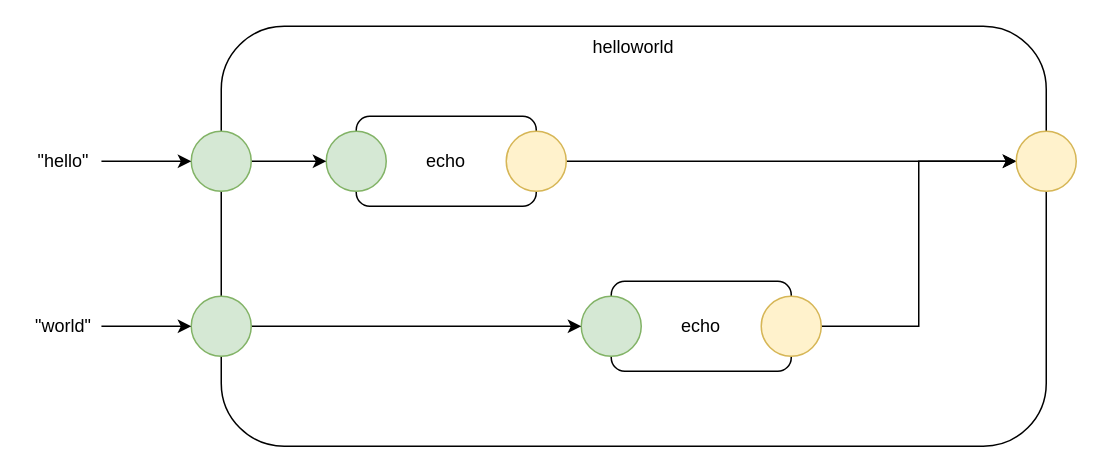
Earlier version of the draw.io diagram page "helloworld" (2 of 5) of hello world eh.drawio (guitarvydas/eh). Source tidied: cells renumbered, new cells numbered last; positions are measured from the earlier drawing's top-left corner, leaving out a move shared by most shapes. Both pictures are drawn from the tidied source at 150%, with x=0, y=0 at pixel (26, 26).
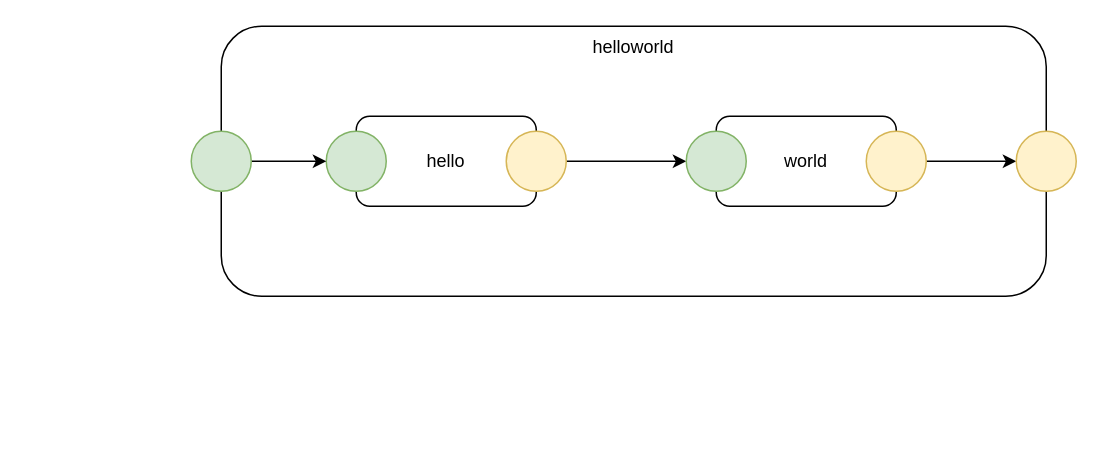
Above is the later version.

The change refers to these unchanged cells:
```xml
<mxCell id="6" style="ellipse;whiteSpace=wrap;html=1;fillColor=#fff2cc;strokeColor=#d6b656;" parent="1" vertex="1">
  <mxGeometry x="320" y="70" width="40" height="40" as="geometry" />
</mxCell>
<mxCell id="11" style="ellipse;whiteSpace=wrap;html=1;fillColor=#fff2cc;strokeColor=#d6b656;" parent="1" vertex="1">
  <mxGeometry x="660" y="70" width="40" height="40" as="geometry" />
</mxCell>
<mxCell id="13" style="ellipse;whiteSpace=wrap;html=1;fillColor=#d5e8d4;strokeColor=#82b366;" parent="1" vertex="1">
  <mxGeometry x="110" y="70" width="40" height="40" as="geometry" />
</mxCell>
```

Change to the diagram source:
```diff
@@
     <mxCell id="2" value="helloworld" style="rounded=1;whiteSpace=wrap;html=1;verticalAlign=top;" parent="1" vertex="1">
-      <mxGeometry x="130" width="550" height="280" as="geometry" />
+      <mxGeometry x="130" width="550" height="180" as="geometry" />
     </mxCell>
-    <mxCell id="3" value="echo" style="rounded=1;whiteSpace=wrap;html=1;" parent="1" vertex="1">
+    <mxCell id="3" value="hello" style="rounded=1;whiteSpace=wrap;html=1;" parent="1" vertex="1">
       <mxGeometry x="220" y="60" width="120" height="60" as="geometry" />
     </mxCell>
-    <mxCell id="4" value="echo" style="rounded=1;whiteSpace=wrap;html=1;" parent="1" vertex="1">
-      <mxGeometry x="390" y="170" width="120" height="60" as="geometry" />
+    <mxCell id="4" value="world" style="rounded=1;whiteSpace=wrap;html=1;" parent="1" vertex="1">
+      <mxGeometry x="460" y="60" width="120" height="60" as="geometry" />
     </mxCell>
-    <mxCell id="5" style="edgeStyle=orthogonalEdgeStyle;rounded=0;jettySize=auto;html=1;exitX=1;exitY=0.5;exitDx=0;exitDy=0;" parent="1" edge="1" source="6">
-      <mxGeometry relative="1" as="geometry">
-        <mxPoint x="660" y="90" as="targetPoint" />
-      </mxGeometry>
-    </mxCell>
+    <mxCell id="20" style="edgeStyle=orthogonalEdgeStyle;rounded=0;jettySize=auto;html=1;exitX=1;exitY=0.5;exitDx=0;exitDy=0;entryX=0;entryY=0.5;entryDx=0;entryDy=0;" parent="1" edge="1" source="6" target="7">
+      <mxGeometry relative="1" as="geometry" />
+    </mxCell>
@@
     <mxCell id="7" style="ellipse;whiteSpace=wrap;html=1;fillColor=#d5e8d4;strokeColor=#82b366;" parent="1" vertex="1">
-      <mxGeometry x="370" y="180" width="40" height="40" as="geometry" />
+      <mxGeometry x="440" y="70" width="40" height="40" as="geometry" />
     </mxCell>
@@
-    <mxCell id="9" style="edgeStyle=orthogonalEdgeStyle;rounded=0;jettySize=auto;html=1;exitX=1;exitY=0.5;exitDx=0;exitDy=0;entryX=0;entryY=0.5;entryDx=0;entryDy=0;" parent="1" edge="1" source="10" target="11">
+    <mxCell id="9" style="edgeStyle=orthogonalEdgeStyle;rounded=0;jettySize=auto;html=1;exitX=1;exitY=0.5;exitDx=0;exitDy=0;" parent="1" edge="1" source="10" target="11">
       <mxGeometry relative="1" as="geometry" />
     </mxCell>
     <mxCell id="10" style="ellipse;whiteSpace=wrap;html=1;fillColor=#fff2cc;strokeColor=#d6b656;" parent="1" vertex="1">
-      <mxGeometry x="490" y="180" width="40" height="40" as="geometry" />
+      <mxGeometry x="560" y="70" width="40" height="40" as="geometry" />
     </mxCell>
@@
-    <mxCell id="14" style="edgeStyle=orthogonalEdgeStyle;rounded=0;jettySize=auto;html=1;exitX=1;exitY=0.5;exitDx=0;exitDy=0;entryX=0;entryY=0.5;entryDx=0;entryDy=0;" parent="1" edge="1" source="15" target="7">
-      <mxGeometry relative="1" as="geometry" />
-    </mxCell>
-    <mxCell id="15" style="ellipse;whiteSpace=wrap;html=1;fillColor=#d5e8d4;strokeColor=#82b366;" parent="1" vertex="1">
-      <mxGeometry x="110" y="180" width="40" height="40" as="geometry" />
-    </mxCell>
-    <mxCell id="16" style="edgeStyle=orthogonalEdgeStyle;rounded=0;jettySize=auto;html=1;exitX=1;exitY=0.5;exitDx=0;exitDy=0;entryX=0;entryY=0.5;entryDx=0;entryDy=0;" parent="1" edge="1" source="17" target="13">
-      <mxGeometry relative="1" as="geometry" />
-    </mxCell>
-    <mxCell id="17" value="&quot;hello&quot;" style="rounded=0;whiteSpace=wrap;html=1;strokeColor=none;" parent="1" vertex="1">
-      <mxGeometry y="80" width="50" height="20" as="geometry" />
-    </mxCell>
-    <mxCell id="18" style="edgeStyle=orthogonalEdgeStyle;rounded=0;jettySize=auto;html=1;exitX=1;exitY=0.5;exitDx=0;exitDy=0;entryX=0;entryY=0.5;entryDx=0;entryDy=0;" parent="1" edge="1" source="19" target="15">
-      <mxGeometry relative="1" as="geometry" />
-    </mxCell>
-    <mxCell id="19" value="&quot;world&quot;" style="rounded=0;whiteSpace=wrap;html=1;strokeColor=none;" parent="1" vertex="1">
-      <mxGeometry y="190" width="50" height="20" as="geometry" />
-    </mxCell>
```
